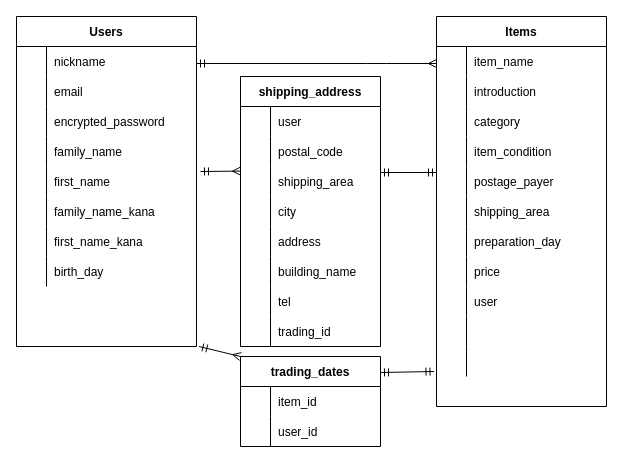
Earlier version of the draw.io diagram furima.dio (CKougami/furima-37663). Source tidied: cells renumbered, new cells numbered last; positions are measured from the earlier drawing's top-left corner, leaving out a move shared by most shapes. Both pictures are drawn from the tidied source at 100%, with x=0, y=0 at pixel (16, 16).
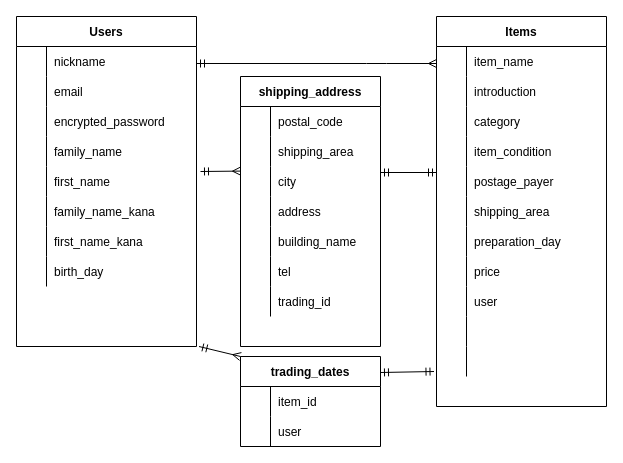
The same diagram, later.

Commit message (it also covers changes not shown here):
データベース設計（shipping_address）

userカラムを削除しました

Unchanged cells that the change refers to:
```xml
<mxCell id="66" style="shape=partialRectangle;fillColor=none;top=0;left=0;bottom=0;right=0;" parent="62" vertex="1">
  <mxGeometry y="60" width="140" height="30" as="geometry" />
</mxCell>
<mxCell id="72" value="shipping_address" style="shape=table;startSize=30;childLayout=tableLayout;rowLines=0;fontStyle=1;align=center;" parent="1" vertex="1">
  <mxGeometry x="224" y="60" width="140" height="270" as="geometry" />
</mxCell>
```

What changed in the source:
```diff
@@
-    <mxCell id="68" value="user_id" style="shape=partialRectangle;fillColor=none;top=0;left=0;bottom=0;right=0;align=left;spacingLeft=6;overflow=hidden;" parent="66" vertex="1">
+    <mxCell id="68" value="user" style="shape=partialRectangle;fillColor=none;top=0;left=0;bottom=0;right=0;align=left;spacingLeft=6;overflow=hidden;" parent="66" vertex="1">
       <mxGeometry x="30" width="110" height="30" as="geometry" />
     </mxCell>
@@
-    <mxCell id="73" style="shape=partialRectangle;fillColor=none;top=0;left=0;bottom=0;right=0;" parent="72" vertex="1">
-      <mxGeometry y="30" width="140" height="30" as="geometry" />
-    </mxCell>
-    <mxCell id="74" style="shape=partialRectangle;fillColor=none;top=0;left=0;bottom=0;right=0;overflow=hidden;" parent="73" vertex="1">
-      <mxGeometry width="30" height="30" as="geometry" />
-    </mxCell>
-    <mxCell id="75" value="user" style="shape=partialRectangle;fillColor=none;top=0;left=0;bottom=0;right=0;align=left;spacingLeft=6;overflow=hidden;" parent="73" vertex="1">
-      <mxGeometry x="30" width="110" height="30" as="geometry" />
-    </mxCell>
     <mxCell id="76" style="shape=partialRectangle;fillColor=none;top=0;left=0;bottom=0;right=0;" parent="72" vertex="1">
-      <mxGeometry y="60" width="140" height="30" as="geometry" />
+      <mxGeometry y="30" width="140" height="30" as="geometry" />
     </mxCell>
@@
     <mxCell id="79" style="shape=partialRectangle;fillColor=none;top=0;left=0;bottom=0;right=0;" parent="72" vertex="1">
-      <mxGeometry y="90" width="140" height="30" as="geometry" />
+      <mxGeometry y="60" width="140" height="30" as="geometry" />
     </mxCell>
@@
     <mxCell id="82" style="shape=partialRectangle;fillColor=none;top=0;left=0;bottom=0;right=0;" parent="72" vertex="1">
-      <mxGeometry y="120" width="140" height="30" as="geometry" />
+      <mxGeometry y="90" width="140" height="30" as="geometry" />
     </mxCell>
@@
     <mxCell id="85" style="shape=partialRectangle;fillColor=none;top=0;left=0;bottom=0;right=0;" parent="72" vertex="1">
-      <mxGeometry y="150" width="140" height="30" as="geometry" />
+      <mxGeometry y="120" width="140" height="30" as="geometry" />
     </mxCell>
@@
     <mxCell id="88" style="shape=partialRectangle;fillColor=none;top=0;left=0;bottom=0;right=0;" parent="72" vertex="1">
-      <mxGeometry y="180" width="140" height="30" as="geometry" />
+      <mxGeometry y="150" width="140" height="30" as="geometry" />
     </mxCell>
@@
     <mxCell id="91" style="shape=partialRectangle;fillColor=none;top=0;left=0;bottom=0;right=0;" parent="72" vertex="1">
-      <mxGeometry y="210" width="140" height="30" as="geometry" />
+      <mxGeometry y="180" width="140" height="30" as="geometry" />
     </mxCell>
@@
     <mxCell id="94" style="shape=partialRectangle;fillColor=none;top=0;left=0;bottom=0;right=0;" parent="72" vertex="1">
-      <mxGeometry y="240" width="140" height="30" as="geometry" />
+      <mxGeometry y="210" width="140" height="30" as="geometry" />
     </mxCell>
```
